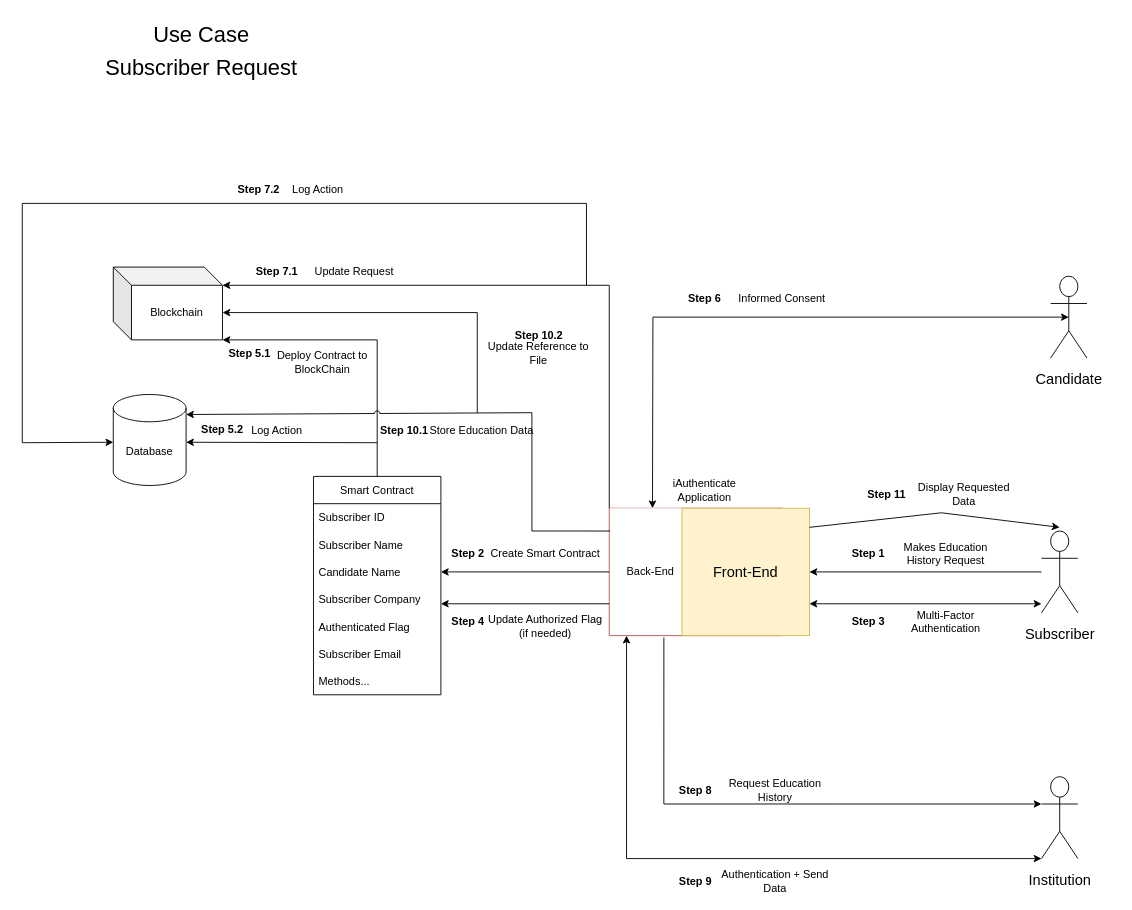
This is AuthenticatorAppUses.drawio from tkalp/AuthenticatorApp, a draw.io file, before an edit. Source tidied: cells renumbered, new cells numbered last; positions are measured from the earlier drawing's top-left corner, leaving out a move shared by most shapes. Both pictures are drawn from the tidied source at 91%, with x=0, y=0 at pixel (22, 30).
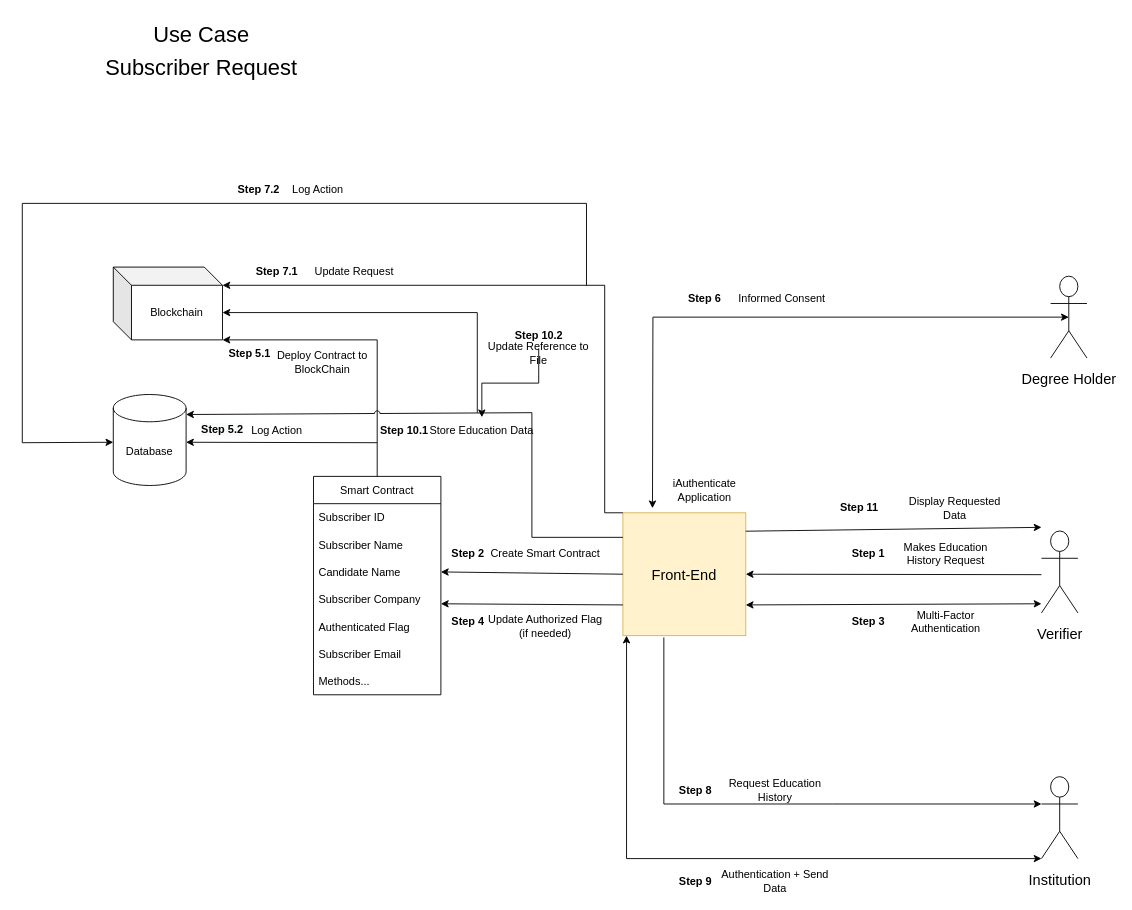
The same diagram, later.

Unchanged cells that the change refers to:
```xml
<mxCell id="17" value="Candidate Name" style="text;strokeColor=none;fillColor=none;align=left;verticalAlign=middle;spacingLeft=4;spacingRight=4;overflow=hidden;points=[[0,0.5],[1,0.5]];portConstraint=eastwest;fontSize=12;" parent="14" vertex="1">
  <mxGeometry y="90" width="140" height="30" as="geometry" />
</mxCell>
<mxCell id="29" value="Blockchain" style="shape=cube;whiteSpace=wrap;html=1;boundedLbl=1;backgroundOutline=1;darkOpacity=0.05;darkOpacity2=0.1;fontSize=12;fillColor=default;strokeColor=default;fontColor=default;" parent="1" vertex="1">
  <mxGeometry x="100" y="260" width="120" height="80" as="geometry" />
</mxCell>
<mxCell id="33" value="Database" style="shape=cylinder3;whiteSpace=wrap;html=1;boundedLbl=1;backgroundOutline=1;size=15;fontSize=12;fillColor=default;strokeColor=default;fontColor=default;" parent="1" vertex="1">
  <mxGeometry x="100" y="400" width="80" height="100" as="geometry" />
</mxCell>
<mxCell id="44" value="&lt;font style=&quot;font-size: 16px&quot;&gt;Institution&lt;/font&gt;" style="shape=umlActor;verticalLabelPosition=bottom;verticalAlign=top;html=1;outlineConnect=0;fontSize=24;fillColor=default;strokeColor=default;fontColor=default;" parent="1" vertex="1">
  <mxGeometry x="1120" y="820" width="40" height="90" as="geometry" />
</mxCell>
<mxCell id="54" value="Store Education Data" style="text;html=1;strokeColor=none;fillColor=none;align=center;verticalAlign=middle;whiteSpace=wrap;rounded=0;fontSize=12;fontColor=default;" parent="1" vertex="1">
  <mxGeometry x="440" y="425" width="130" height="30" as="geometry" />
</mxCell>
<mxCell id="61" value="&lt;b&gt;Step 10.2&lt;/b&gt;" style="text;html=1;strokeColor=none;fillColor=none;align=center;verticalAlign=middle;whiteSpace=wrap;rounded=0;fontSize=12;fontColor=default;" parent="1" vertex="1">
  <mxGeometry x="537.5" y="320" width="60" height="30" as="geometry" />
</mxCell>
```

The edit, as a diff of the source:
```diff
@@
-    <mxCell id="2" style="swimlane;startSize=0;fontSize=16;fillColor=#f8cecc;swimlaneFillColor=default;strokeColor=#b85450;fontColor=default;" parent="1" vertex="1">
-      <mxGeometry x="645" y="525" width="190" height="140" as="geometry" />
-    </mxCell>
-    <mxCell id="3" value="Back-End" style="text;html=1;align=center;verticalAlign=middle;strokeColor=none;fillColor=none;fontSize=12;fontColor=default;" parent="2" vertex="1">
-      <mxGeometry x="10" y="60" width="70" height="20" as="geometry" />
-    </mxCell>
@@
-    <mxCell id="5" value="&lt;font style=&quot;font-size: 16px&quot;&gt;Subscriber&lt;/font&gt;" style="shape=umlActor;verticalLabelPosition=bottom;verticalAlign=top;html=1;outlineConnect=0;fontSize=24;fillColor=default;strokeColor=default;fontColor=default;" parent="1" vertex="1">
+    <mxCell id="5" value="&lt;font style=&quot;font-size: 16px&quot;&gt;Verifier&lt;br&gt;&lt;br&gt;&lt;/font&gt;" style="shape=umlActor;verticalLabelPosition=bottom;verticalAlign=top;html=1;outlineConnect=0;fontSize=24;fillColor=default;strokeColor=default;fontColor=default;" parent="1" vertex="1">
       <mxGeometry x="1120" y="550" width="40" height="90" as="geometry" />
     </mxCell>
-    <mxCell id="6" style="endArrow=classic;html=1;rounded=0;fontSize=16;entryX=1;entryY=0.5;entryDx=0;entryDy=0;strokeColor=default;labelBackgroundColor=default;fontColor=default;" parent="1" edge="1" source="5" target="7">
-      <mxGeometry relative="1" as="geometry" />
+    <mxCell id="6" style="endArrow=classic;html=1;rounded=0;fontSize=16;entryX=1;entryY=0.5;entryDx=0;entryDy=0;strokeColor=default;labelBackgroundColor=default;fontColor=default;" parent="1" edge="1" target="7">
+      <mxGeometry relative="1" as="geometry">
+        <mxPoint x="1120" y="598" as="sourcePoint" />
+      </mxGeometry>
     </mxCell>
     <mxCell id="7" value="Front-End" style="whiteSpace=wrap;html=1;fontSize=16;fillColor=#fff2cc;strokeColor=#d6b656;fontColor=default;" parent="1" vertex="1">
-      <mxGeometry x="725" y="525" width="140" height="140" as="geometry" />
+      <mxGeometry x="660" y="530" width="135" height="135" as="geometry" />
     </mxCell>
@@
-    <mxCell id="22" style="endArrow=classic;html=1;rounded=0;fontSize=16;entryX=1;entryY=0.5;entryDx=0;entryDy=0;exitX=0;exitY=0.5;exitDx=0;exitDy=0;strokeColor=default;labelBackgroundColor=default;fontColor=default;" parent="1" edge="1" source="2" target="17">
+    <mxCell id="22" style="endArrow=classic;html=1;rounded=0;fontSize=16;entryX=1;entryY=0.5;entryDx=0;entryDy=0;exitX=0;exitY=0.5;exitDx=0;exitDy=0;strokeColor=default;labelBackgroundColor=default;fontColor=default;" parent="1" edge="1" source="7" target="17">
       <mxGeometry relative="1" as="geometry" />
     </mxCell>
@@
-    <mxCell id="25" style="endArrow=classic;html=1;rounded=0;fontSize=16;exitX=0;exitY=0.75;exitDx=0;exitDy=0;" parent="1" edge="1" source="2">
+    <mxCell id="25" style="endArrow=classic;html=1;rounded=0;fontSize=16;exitX=0;exitY=0.75;exitDx=0;exitDy=0;" parent="1" edge="1" source="7">
       <mxGeometry relative="1" as="geometry">
         <mxPoint x="460" y="630" as="targetPoint" />
       </mxGeometry>
     </mxCell>
@@
-    <mxCell id="35" value="&lt;font style=&quot;font-size: 16px&quot;&gt;Candidate&lt;/font&gt;" style="shape=umlActor;verticalLabelPosition=bottom;verticalAlign=top;html=1;outlineConnect=0;fontSize=24;fillColor=default;strokeColor=default;fontColor=default;" parent="1" vertex="1">
+    <mxCell id="35" value="&lt;font style=&quot;font-size: 16px&quot;&gt;Degree Holder&lt;/font&gt;" style="shape=umlActor;verticalLabelPosition=bottom;verticalAlign=top;html=1;outlineConnect=0;fontSize=24;fillColor=default;strokeColor=default;fontColor=default;" parent="1" vertex="1">
       <mxGeometry x="1130" y="270" width="40" height="90" as="geometry" />
     </mxCell>
-    <mxCell id="36" style="endArrow=classic;startArrow=classic;html=1;rounded=0;labelBackgroundColor=default;fontColor=default;strokeColor=default;exitX=0.25;exitY=0;exitDx=0;exitDy=0;entryX=0.5;entryY=0.5;entryDx=0;entryDy=0;entryPerimeter=0;" parent="1" edge="1" source="2" target="35">
+    <mxCell id="36" style="endArrow=classic;startArrow=classic;html=1;rounded=0;labelBackgroundColor=default;fontColor=default;strokeColor=default;exitX=0.25;exitY=0;exitDx=0;exitDy=0;entryX=0.5;entryY=0.5;entryDx=0;entryDy=0;entryPerimeter=0;" parent="1" edge="1" target="35">
       <mxGeometry relative="1" as="geometry">
+        <mxPoint x="692.5" y="525" as="sourcePoint" />
         <Array as="points">
           <mxPoint x="693" y="315" />
         </Array>
       </mxGeometry>
     </mxCell>
@@
-    <mxCell id="39" style="endArrow=classic;html=1;rounded=0;labelBackgroundColor=default;fontColor=default;strokeColor=default;exitX=0;exitY=0;exitDx=0;exitDy=0;entryX=0;entryY=0;entryDx=120;entryDy=20;entryPerimeter=0;" parent="1" edge="1" source="2" target="29">
+    <mxCell id="39" style="endArrow=classic;html=1;rounded=0;labelBackgroundColor=default;fontColor=default;strokeColor=default;entryX=0;entryY=0;entryDx=120;entryDy=20;entryPerimeter=0;exitX=0;exitY=0;exitDx=0;exitDy=0;" parent="1" edge="1" source="7" target="29">
       <mxGeometry relative="1" as="geometry">
         <Array as="points">
-          <mxPoint x="645" y="280" />
+          <mxPoint x="640" y="530" />
+          <mxPoint x="640" y="280" />
         </Array>
       </mxGeometry>
     </mxCell>
@@
-    <mxCell id="47" style="endArrow=classic;html=1;rounded=0;fontSize=16;strokeColor=default;labelBackgroundColor=default;fontColor=default;exitX=0.316;exitY=1.014;exitDx=0;exitDy=0;entryX=0;entryY=0.3333333333333333;entryDx=0;entryDy=0;entryPerimeter=0;exitPerimeter=0;" parent="1" edge="1" source="2" target="44">
+    <mxCell id="47" style="endArrow=classic;html=1;rounded=0;fontSize=16;strokeColor=default;labelBackgroundColor=default;fontColor=default;exitX=0.316;exitY=1.014;exitDx=0;exitDy=0;entryX=0;entryY=0.3333333333333333;entryDx=0;entryDy=0;entryPerimeter=0;exitPerimeter=0;" parent="1" edge="1" target="44">
       <mxGeometry relative="1" as="geometry">
+        <mxPoint x="705" y="667" as="sourcePoint" />
         <Array as="points">
           <mxPoint x="705" y="850" />
           <mxPoint x="890" y="850" />
         </Array>
       </mxGeometry>
     </mxCell>
-    <mxCell id="48" style="endArrow=classic;startArrow=classic;html=1;rounded=0;labelBackgroundColor=default;fontColor=default;strokeColor=default;jumpStyle=arc;exitX=0;exitY=1;exitDx=0;exitDy=0;exitPerimeter=0;entryX=0.1;entryY=1;entryDx=0;entryDy=0;entryPerimeter=0;" parent="1" edge="1" source="44" target="2">
+    <mxCell id="48" style="endArrow=classic;startArrow=classic;html=1;rounded=0;labelBackgroundColor=default;fontColor=default;strokeColor=default;jumpStyle=arc;exitX=0;exitY=1;exitDx=0;exitDy=0;exitPerimeter=0;entryX=0.1;entryY=1;entryDx=0;entryDy=0;entryPerimeter=0;" parent="1" edge="1" source="44">
       <mxGeometry relative="1" as="geometry">
+        <mxPoint x="664" y="665" as="targetPoint" />
         <Array as="points">
           <mxPoint x="664" y="910" />
         </Array>
       </mxGeometry>
     </mxCell>
@@
-    <mxCell id="51" style="endArrow=classic;html=1;rounded=0;fontSize=16;entryX=1;entryY=0.22;entryDx=0;entryDy=0;strokeColor=default;labelBackgroundColor=default;fontColor=default;entryPerimeter=0;jumpStyle=arc;exitX=0.005;exitY=0.179;exitDx=0;exitDy=0;exitPerimeter=0;" parent="1" edge="1" source="2" target="33">
+    <mxCell id="51" style="endArrow=classic;html=1;rounded=0;fontSize=16;entryX=1;entryY=0.22;entryDx=0;entryDy=0;strokeColor=default;labelBackgroundColor=default;fontColor=default;entryPerimeter=0;jumpStyle=arc;exitX=0;exitY=0.2;exitDx=0;exitDy=0;exitPerimeter=0;" parent="1" edge="1" source="7" target="33">
       <mxGeometry relative="1" as="geometry">
         <Array as="points">
-          <mxPoint x="560" y="550" />
+          <mxPoint x="560" y="557" />
           <mxPoint x="560" y="420" />
         </Array>
       </mxGeometry>
     </mxCell>
@@
     <mxCell id="56" style="endArrow=classic;html=1;rounded=0;fontSize=16;strokeColor=default;labelBackgroundColor=default;fontColor=default;exitX=1;exitY=0.15;exitDx=0;exitDy=0;exitPerimeter=0;" parent="1" edge="1" source="7">
       <mxGeometry relative="1" as="geometry">
-        <mxPoint x="1140" y="546" as="targetPoint" />
-        <Array as="points">
-          <mxPoint x="1010" y="530" />
-        </Array>
+        <mxPoint x="1120" y="546" as="targetPoint" />
       </mxGeometry>
     </mxCell>
     <mxCell id="57" value="&lt;b&gt;Step 11&lt;/b&gt;" style="text;html=1;strokeColor=none;fillColor=none;align=center;verticalAlign=middle;whiteSpace=wrap;rounded=0;fontSize=12;fontColor=default;" parent="1" vertex="1">
-      <mxGeometry x="920" y="495" width="60" height="30" as="geometry" />
+      <mxGeometry x="890" y="510" width="60" height="30" as="geometry" />
     </mxCell>
     <mxCell id="58" value="Display Requested Data" style="text;html=1;strokeColor=none;fillColor=none;align=center;verticalAlign=middle;whiteSpace=wrap;rounded=0;fontSize=12;fontColor=default;" parent="1" vertex="1">
-      <mxGeometry x="970" y="495" width="130" height="30" as="geometry" />
+      <mxGeometry x="960" y="510" width="130" height="30" as="geometry" />
     </mxCell>
@@
+    <mxCell id="62" style="edgeStyle=orthogonalEdgeStyle;rounded=0;jettySize=auto;html=1;" parent="1" edge="1" source="61" target="54">
+      <mxGeometry relative="1" as="geometry" />
+    </mxCell>
```
